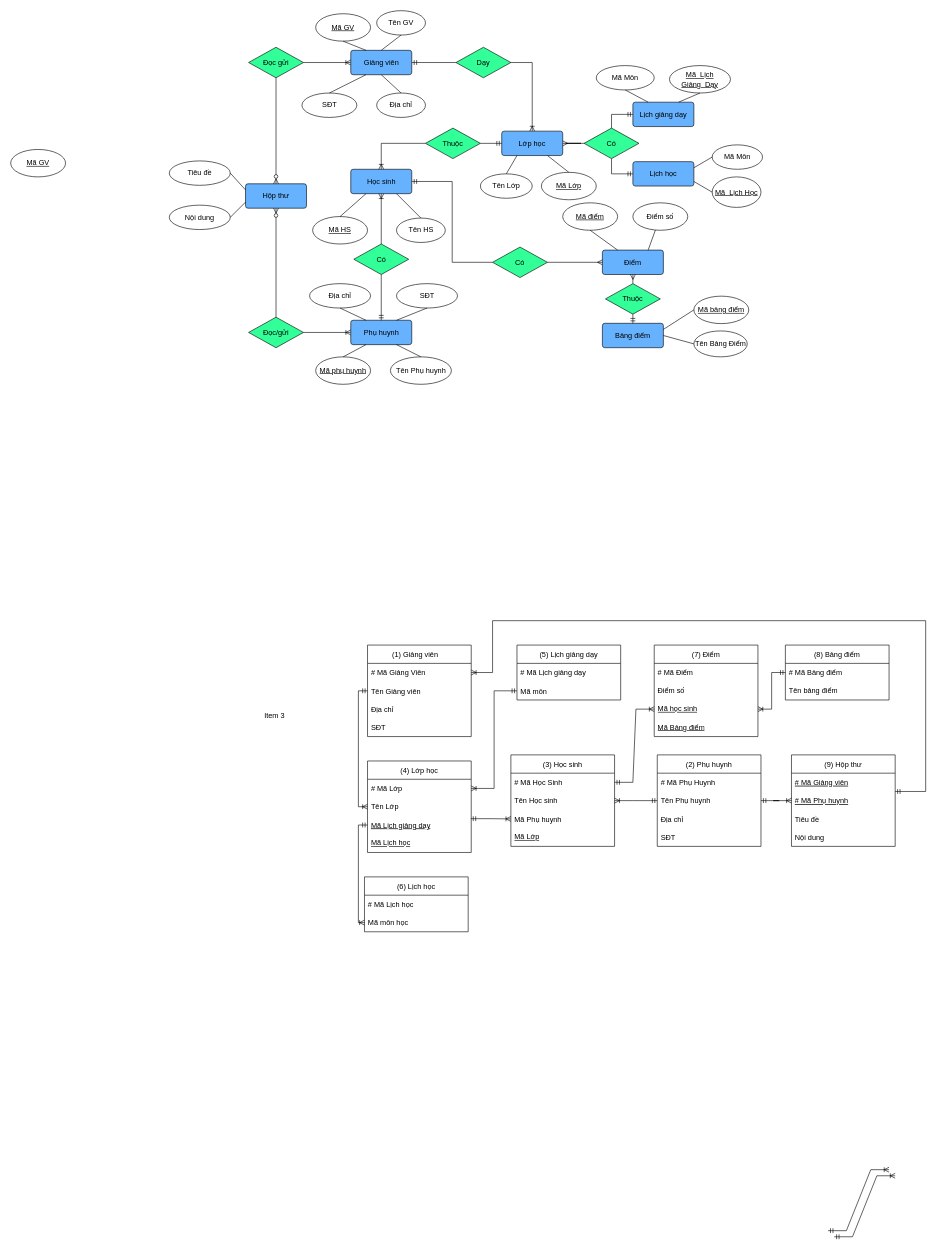
Above: Untitled Diagram.drawio in trungvu267/sunny-page (draw.io), before the change. Source tidied: cells renumbered, new cells numbered last; positions are measured from the earlier drawing's top-left corner, leaving out a move shared by most shapes. Both pictures are drawn from the tidied source at 61%, with x=0, y=0 at pixel (10, 10).
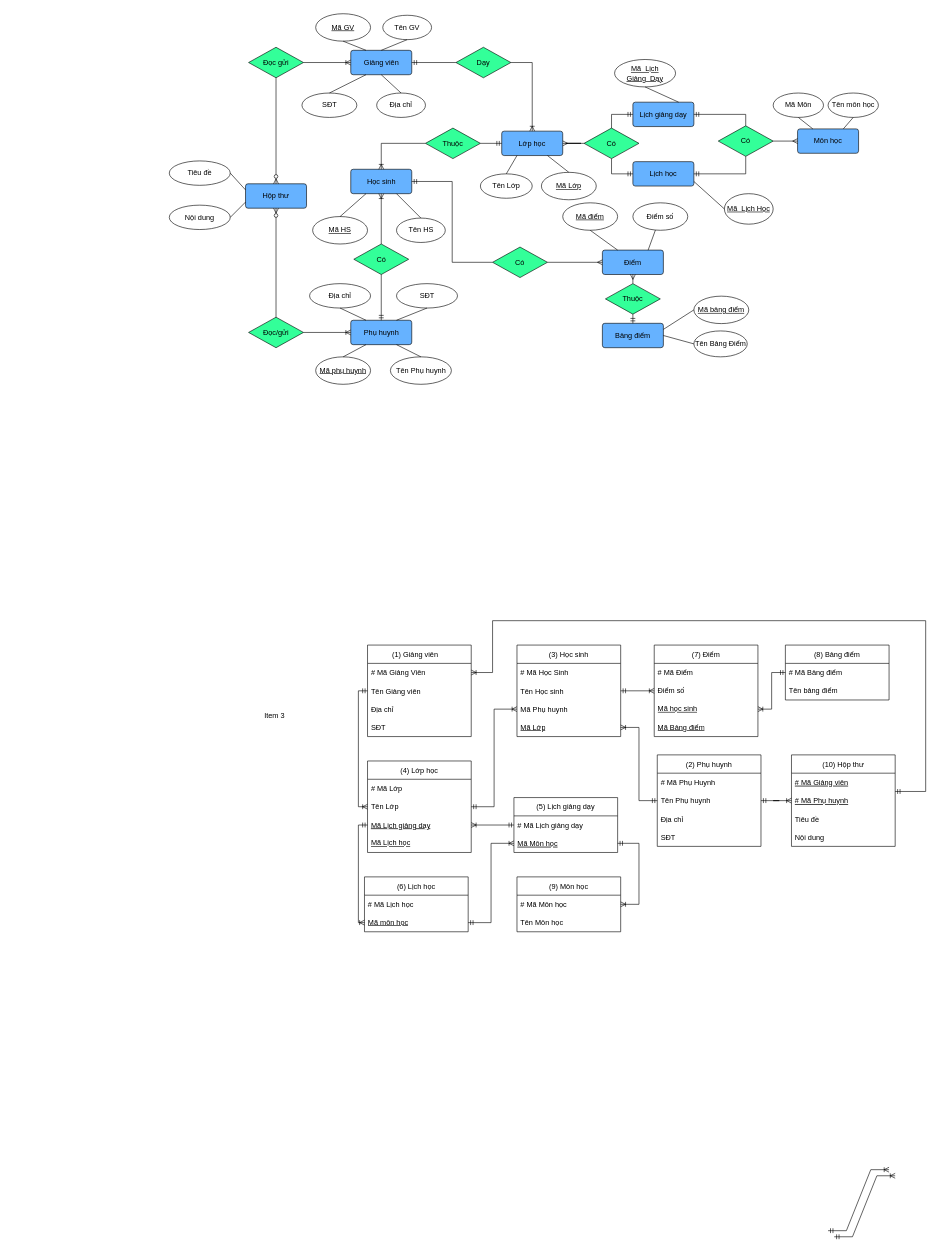
After the change.

Unchanged cells that the change refers to:
```xml
<mxCell id="8" value="Lịch học" style="rounded=1;arcSize=10;whiteSpace=wrap;html=1;align=center;fillColor=#66B2FF;" parent="1" vertex="1">
  <mxGeometry x="1020" y="247.5" width="100" height="40" as="geometry" />
</mxCell>
<mxCell id="72" value="Lịch giảng dạy" style="rounded=1;arcSize=10;whiteSpace=wrap;html=1;align=center;fillColor=#66B2FF;" parent="1" vertex="1">
  <mxGeometry x="1020" y="150" width="100" height="40" as="geometry" />
</mxCell>
<mxCell id="92" value="Tên Phụ huynh" style="text;strokeColor=none;fillColor=none;align=left;verticalAlign=middle;spacingLeft=4;spacingRight=4;overflow=hidden;points=[[0,0.5],[1,0.5]];portConstraint=eastwest;" parent="90" vertex="1">
  <mxGeometry y="60" width="170" height="30" as="geometry" />
</mxCell>
<mxCell id="96" value="# Mã Học Sinh" style="text;strokeColor=none;fillColor=none;align=left;verticalAlign=middle;spacingLeft=4;spacingRight=4;overflow=hidden;points=[[0,0.5],[1,0.5]];portConstraint=eastwest;" parent="95" vertex="1">
  <mxGeometry y="30" width="170" height="30" as="geometry" />
</mxCell>
<mxCell id="97" value="Tên Học sinh" style="text;strokeColor=none;fillColor=none;align=left;verticalAlign=middle;spacingLeft=4;spacingRight=4;overflow=hidden;points=[[0,0.5],[1,0.5]];portConstraint=eastwest;" parent="95" vertex="1">
  <mxGeometry y="60" width="170" height="30" as="geometry" />
</mxCell>
<mxCell id="98" value="Mã Phụ huynh" style="text;strokeColor=none;fillColor=none;align=left;verticalAlign=middle;spacingLeft=4;spacingRight=4;overflow=hidden;points=[[0,0.5],[1,0.5]];portConstraint=eastwest;" parent="95" vertex="1">
  <mxGeometry y="90" width="170" height="30" as="geometry" />
</mxCell>
<mxCell id="99" value="Mã Lớp" style="text;strokeColor=none;fillColor=none;align=left;verticalAlign=middle;spacingLeft=4;spacingRight=4;overflow=hidden;points=[[0,0.5],[1,0.5]];portConstraint=eastwest;whiteSpace=wrap;fontStyle=4;" parent="95" vertex="1">
  <mxGeometry y="120" width="170" height="30" as="geometry" />
</mxCell>
<mxCell id="101" value="# Mã Lớp" style="text;strokeColor=none;fillColor=none;align=left;verticalAlign=middle;spacingLeft=4;spacingRight=4;overflow=hidden;points=[[0,0.5],[1,0.5]];portConstraint=eastwest;" parent="100" vertex="1">
  <mxGeometry y="30" width="170" height="30" as="geometry" />
</mxCell>
<mxCell id="102" value="Tên Lớp" style="text;strokeColor=none;fillColor=none;align=left;verticalAlign=middle;spacingLeft=4;spacingRight=4;overflow=hidden;points=[[0,0.5],[1,0.5]];portConstraint=eastwest;" parent="100" vertex="1">
  <mxGeometry y="60" width="170" height="30" as="geometry" />
</mxCell>
<mxCell id="103" value="Mã Lịch giảng dạy" style="text;strokeColor=none;fillColor=none;align=left;verticalAlign=middle;spacingLeft=4;spacingRight=4;overflow=hidden;points=[[0,0.5],[1,0.5]];portConstraint=eastwest;fontStyle=4;" parent="100" vertex="1">
  <mxGeometry y="90" width="170" height="30" as="geometry" />
</mxCell>
<mxCell id="106" value="# Mã Lịch giảng dạy" style="text;strokeColor=none;fillColor=none;align=left;verticalAlign=middle;spacingLeft=4;spacingRight=4;overflow=hidden;points=[[0,0.5],[1,0.5]];portConstraint=eastwest;" parent="105" vertex="1">
  <mxGeometry y="30" width="170" height="30" as="geometry" />
</mxCell>
<mxCell id="108" value="(6) Lịch học" style="swimlane;fontStyle=0;horizontal=1;startSize=30;" parent="1" vertex="1">
  <mxGeometry x="580" y="1420" width="170" height="90" as="geometry" />
</mxCell>
<mxCell id="113" value="Điểm số" style="text;strokeColor=none;fillColor=none;align=left;verticalAlign=middle;spacingLeft=4;spacingRight=4;overflow=hidden;points=[[0,0.5],[1,0.5]];portConstraint=eastwest;whiteSpace=wrap;fontStyle=0;" parent="111" vertex="1">
  <mxGeometry y="60" width="170" height="30" as="geometry" />
</mxCell>
<mxCell id="114" value="Mã học sinh" style="text;strokeColor=none;fillColor=none;align=left;verticalAlign=middle;spacingLeft=4;spacingRight=4;overflow=hidden;points=[[0,0.5],[1,0.5]];portConstraint=eastwest;whiteSpace=wrap;fontStyle=4;" parent="111" vertex="1">
  <mxGeometry y="90" width="170" height="30" as="geometry" />
</mxCell>
```

What changed in the source:
```diff
@@
-    <mxCell id="29" value="Mã GV" style="ellipse;whiteSpace=wrap;html=1;align=center;fontStyle=4;" parent="1" vertex="1">
-      <mxGeometry y="227.5" width="90" height="45" as="geometry" />
-    </mxCell>
@@
     <mxCell id="47" value="Mã&amp;nbsp; Lịch Học" style="ellipse;whiteSpace=wrap;html=1;align=center;fontStyle=4;" parent="1" vertex="1">
-      <mxGeometry x="1150" y="272.5" width="80" height="50" as="geometry" />
+      <mxGeometry x="1170" y="300" width="80" height="50" as="geometry" />
     </mxCell>
     <mxCell id="48" value="Mã&amp;nbsp;Môn" style="ellipse;whiteSpace=wrap;html=1;align=center;" parent="1" vertex="1">
-      <mxGeometry x="1150" y="220" width="82.5" height="40" as="geometry" />
+      <mxGeometry x="1250" y="135" width="82.5" height="40" as="geometry" />
     </mxCell>
@@
-    <mxCell id="52" style="endArrow=none;html=1;rounded=0;entryX=1;entryY=0.25;entryDx=0;entryDy=0;exitX=0;exitY=0.5;exitDx=0;exitDy=0;" parent="1" edge="1" source="48" target="8">
-      <mxGeometry relative="1" as="geometry" />
-    </mxCell>
@@
     <mxCell id="55" value="Tên GV" style="ellipse;whiteSpace=wrap;html=1;align=center;" parent="1" vertex="1">
-      <mxGeometry x="600" width="80" height="40" as="geometry" />
+      <mxGeometry x="610" y="7.5" width="80" height="40" as="geometry" />
     </mxCell>
@@
     <mxCell id="74" value="Mã&amp;nbsp; Lịch &lt;br&gt;Giảng&amp;nbsp; Dạy" style="ellipse;whiteSpace=wrap;html=1;align=center;fontStyle=4;" parent="1" vertex="1">
-      <mxGeometry x="1080" y="90" width="100" height="45" as="geometry" />
+      <mxGeometry x="990" y="80" width="100" height="45" as="geometry" />
     </mxCell>
-    <mxCell id="75" value="Mã&amp;nbsp;Môn" style="ellipse;whiteSpace=wrap;html=1;align=center;" parent="1" vertex="1">
-      <mxGeometry x="960" y="90" width="95" height="40" as="geometry" />
-    </mxCell>
@@
-    <mxCell id="77" style="endArrow=none;html=1;rounded=0;entryX=0.5;entryY=1;entryDx=0;entryDy=0;exitX=0.25;exitY=0;exitDx=0;exitDy=0;" parent="1" edge="1" source="72" target="75">
-      <mxGeometry relative="1" as="geometry" />
-    </mxCell>
@@
     <mxCell id="95" value="(3) Học sinh" style="swimlane;fontStyle=0;horizontal=1;startSize=30;" parent="1" vertex="1">
-      <mxGeometry x="820" y="1220" width="170" height="150" as="geometry" />
+      <mxGeometry x="830" y="1040" width="170" height="150" as="geometry" />
     </mxCell>
@@
     <mxCell id="105" value="(5) Lịch giảng dạy" style="swimlane;fontStyle=0;horizontal=1;startSize=30;" parent="1" vertex="1">
-      <mxGeometry x="830" y="1040" width="170" height="90" as="geometry" />
+      <mxGeometry x="825" y="1290" width="170" height="90" as="geometry" />
     </mxCell>
@@
-    <mxCell id="107" value="Mã môn" style="text;strokeColor=none;fillColor=none;align=left;verticalAlign=middle;spacingLeft=4;spacingRight=4;overflow=hidden;points=[[0,0.5],[1,0.5]];portConstraint=eastwest;" parent="105" vertex="1">
+    <mxCell id="107" value="Mã Môn học" style="text;strokeColor=none;fillColor=none;align=left;verticalAlign=middle;spacingLeft=4;spacingRight=4;overflow=hidden;points=[[0,0.5],[1,0.5]];portConstraint=eastwest;fontStyle=4;" parent="105" vertex="1">
       <mxGeometry y="60" width="170" height="30" as="geometry" />
     </mxCell>
@@
-    <mxCell id="110" value="Mã môn học" style="text;strokeColor=none;fillColor=none;align=left;verticalAlign=middle;spacingLeft=4;spacingRight=4;overflow=hidden;points=[[0,0.5],[1,0.5]];portConstraint=eastwest;whiteSpace=wrap;fontStyle=0;" parent="108" vertex="1">
+    <mxCell id="110" value="Mã môn học" style="text;strokeColor=none;fillColor=none;align=left;verticalAlign=middle;spacingLeft=4;spacingRight=4;overflow=hidden;points=[[0,0.5],[1,0.5]];portConstraint=eastwest;whiteSpace=wrap;fontStyle=4;" parent="108" vertex="1">
       <mxGeometry y="60" width="170" height="30" as="geometry" />
     </mxCell>
@@
-    <mxCell id="119" value="(9) Hộp thư" style="swimlane;fontStyle=0;horizontal=1;startSize=30;" parent="1" vertex="1">
+    <mxCell id="119" value="(10) Hộp thư" style="swimlane;fontStyle=0;horizontal=1;startSize=30;" parent="1" vertex="1">
       <mxGeometry x="1280" y="1220" width="170" height="150" as="geometry" />
     </mxCell>
@@
-    <mxCell id="125" style="edgeStyle=entityRelationEdgeStyle;fontSize=12;html=1;endArrow=ERoneToMany;startArrow=ERmandOne;rounded=0;exitX=0;exitY=0.5;exitDx=0;exitDy=0;entryX=1;entryY=0.5;entryDx=0;entryDy=0;" parent="1" edge="1" source="92" target="97">
+    <mxCell id="125" style="edgeStyle=entityRelationEdgeStyle;fontSize=12;html=1;endArrow=ERoneToMany;startArrow=ERmandOne;rounded=0;exitX=0;exitY=0.5;exitDx=0;exitDy=0;entryX=1;entryY=0.5;entryDx=0;entryDy=0;" parent="1" edge="1" source="92" target="99">
       <mxGeometry relative="1" as="geometry" />
     </mxCell>
-    <mxCell id="126" style="edgeStyle=entityRelationEdgeStyle;fontSize=12;html=1;endArrow=ERoneToMany;startArrow=ERmandOne;rounded=0;exitX=1;exitY=0.5;exitDx=0;exitDy=0;entryX=0;entryY=0.5;entryDx=0;entryDy=0;" parent="1" edge="1" source="96" target="114">
+    <mxCell id="126" style="fontSize=12;html=1;endArrow=ERoneToMany;startArrow=ERmandOne;rounded=0;exitX=1;exitY=0.5;exitDx=0;exitDy=0;entryX=0;entryY=0.5;entryDx=0;entryDy=0;" parent="1" edge="1" source="97" target="113">
       <mxGeometry relative="1" as="geometry" />
     </mxCell>
-    <mxCell id="127" style="edgeStyle=orthogonalEdgeStyle;fontSize=12;html=1;endArrow=ERoneToMany;startArrow=ERmandOne;rounded=0;exitX=0.996;exitY=0.153;exitDx=0;exitDy=0;entryX=0;entryY=0.5;entryDx=0;entryDy=0;exitPerimeter=0;" parent="1" edge="1" source="103" target="98">
+    <mxCell id="127" style="edgeStyle=orthogonalEdgeStyle;fontSize=12;html=1;endArrow=ERoneToMany;startArrow=ERmandOne;rounded=0;exitX=1;exitY=0.5;exitDx=0;exitDy=0;entryX=0;entryY=0.5;entryDx=0;entryDy=0;" parent="1" edge="1" source="102" target="98">
       <mxGeometry relative="1" as="geometry" />
     </mxCell>
-    <mxCell id="128" style="edgeStyle=orthogonalEdgeStyle;fontSize=12;html=1;endArrow=ERoneToMany;startArrow=ERmandOne;rounded=0;exitX=0;exitY=0.5;exitDx=0;exitDy=0;entryX=1;entryY=0.5;entryDx=0;entryDy=0;" parent="1" edge="1" source="107" target="101">
+    <mxCell id="128" style="edgeStyle=orthogonalEdgeStyle;fontSize=12;html=1;endArrow=ERoneToMany;startArrow=ERmandOne;rounded=0;exitX=0;exitY=0.5;exitDx=0;exitDy=0;entryX=1;entryY=0.5;entryDx=0;entryDy=0;" parent="1" edge="1" source="106" target="103">
       <mxGeometry relative="1" as="geometry" />
     </mxCell>
@@
+    <mxCell id="136" value="Môn học" style="rounded=1;arcSize=10;whiteSpace=wrap;html=1;align=center;fillColor=#66B2FF;" parent="1" vertex="1">
+      <mxGeometry x="1290" y="193.8" width="100" height="40" as="geometry" />
+    </mxCell>
+    <mxCell id="137" style="edgeStyle=orthogonalEdgeStyle;fontSize=12;html=1;endArrow=ERmany;rounded=0;entryX=0;entryY=0.5;entryDx=0;entryDy=0;exitX=1;exitY=0.5;exitDx=0;exitDy=0;" parent="1" edge="1" source="139" target="136">
+      <mxGeometry relative="1" as="geometry" />
+    </mxCell>
+    <mxCell id="138" value="Tên môn học" style="ellipse;whiteSpace=wrap;html=1;align=center;" parent="1" vertex="1">
+      <mxGeometry x="1340" y="135" width="82.5" height="40" as="geometry" />
+    </mxCell>
+    <mxCell id="139" value="Có" style="shape=rhombus;perimeter=rhombusPerimeter;whiteSpace=wrap;html=1;align=center;fillColor=#33FF99;" parent="1" vertex="1">
+      <mxGeometry x="1160" y="188.8" width="90" height="50" as="geometry" />
+    </mxCell>
+    <mxCell id="140" style="edgeStyle=orthogonalEdgeStyle;fontSize=12;html=1;endArrow=ERmandOne;rounded=0;entryX=1;entryY=0.5;entryDx=0;entryDy=0;exitX=0.5;exitY=0;exitDx=0;exitDy=0;" parent="1" edge="1" source="139" target="72">
+      <mxGeometry relative="1" as="geometry" />
+    </mxCell>
+    <mxCell id="141" style="edgeStyle=orthogonalEdgeStyle;fontSize=12;html=1;endArrow=ERmandOne;rounded=0;entryX=1;entryY=0.5;entryDx=0;entryDy=0;exitX=0.5;exitY=1;exitDx=0;exitDy=0;" parent="1" edge="1" source="139" target="8">
+      <mxGeometry relative="1" as="geometry" />
+    </mxCell>
+    <mxCell id="142" style="endArrow=none;html=1;rounded=0;exitX=0.5;exitY=1;exitDx=0;exitDy=0;entryX=0.25;entryY=0;entryDx=0;entryDy=0;" parent="1" edge="1" source="48" target="136">
+      <mxGeometry relative="1" as="geometry" />
+    </mxCell>
+    <mxCell id="143" style="endArrow=none;html=1;rounded=0;exitX=0.5;exitY=1;exitDx=0;exitDy=0;entryX=0.75;entryY=0;entryDx=0;entryDy=0;" parent="1" edge="1" source="138" target="136">
+      <mxGeometry relative="1" as="geometry" />
+    </mxCell>
+    <mxCell id="144" value="(9) Môn học" style="swimlane;fontStyle=0;horizontal=1;startSize=30;" parent="1" vertex="1">
+      <mxGeometry x="830" y="1420" width="170" height="90" as="geometry" />
+    </mxCell>
+    <mxCell id="145" value="# Mã Môn học" style="text;strokeColor=none;fillColor=none;align=left;verticalAlign=middle;spacingLeft=4;spacingRight=4;overflow=hidden;points=[[0,0.5],[1,0.5]];portConstraint=eastwest;" parent="144" vertex="1">
+      <mxGeometry y="30" width="170" height="30" as="geometry" />
+    </mxCell>
+    <mxCell id="146" value="Tên Môn học" style="text;strokeColor=none;fillColor=none;align=left;verticalAlign=middle;spacingLeft=4;spacingRight=4;overflow=hidden;" parent="144" vertex="1">
+      <mxGeometry y="60" width="170" height="30" as="geometry" />
+    </mxCell>
+    <mxCell id="147" style="edgeStyle=orthogonalEdgeStyle;fontSize=12;html=1;endArrow=ERoneToMany;startArrow=ERmandOne;rounded=0;exitX=1;exitY=0.5;exitDx=0;exitDy=0;entryX=1;entryY=0.5;entryDx=0;entryDy=0;" parent="1" edge="1" source="107" target="145">
+      <mxGeometry relative="1" as="geometry">
+        <Array as="points">
+          <mxPoint x="1030" y="1365" />
+          <mxPoint x="1030" y="1465" />
+        </Array>
+      </mxGeometry>
+    </mxCell>
+    <mxCell id="148" style="edgeStyle=orthogonalEdgeStyle;fontSize=12;html=1;endArrow=ERoneToMany;startArrow=ERmandOne;rounded=0;exitX=1;exitY=0.5;exitDx=0;exitDy=0;entryX=0;entryY=0.5;entryDx=0;entryDy=0;" parent="1" edge="1" source="110" target="107">
+      <mxGeometry relative="1" as="geometry" />
+    </mxCell>
```
